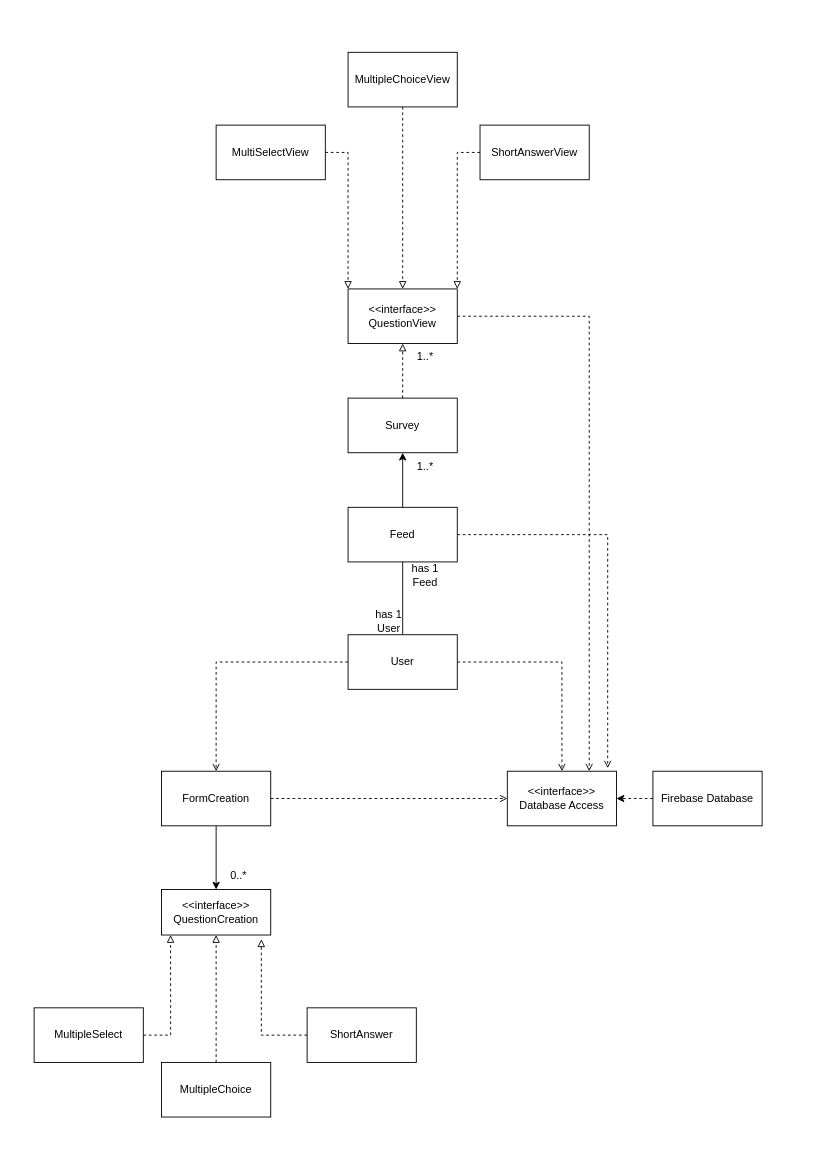
This is docs/design/class_diagram.drawio from jhu-oose-f24/Team-SuperSurveyors, a draw.io file, before an edit. Source tidied: cells renumbered, new cells numbered last; positions are measured from the earlier drawing's top-left corner, leaving out a move shared by most shapes. Both pictures are drawn from the tidied source at 91%, with x=0, y=0 at pixel (34, 52).
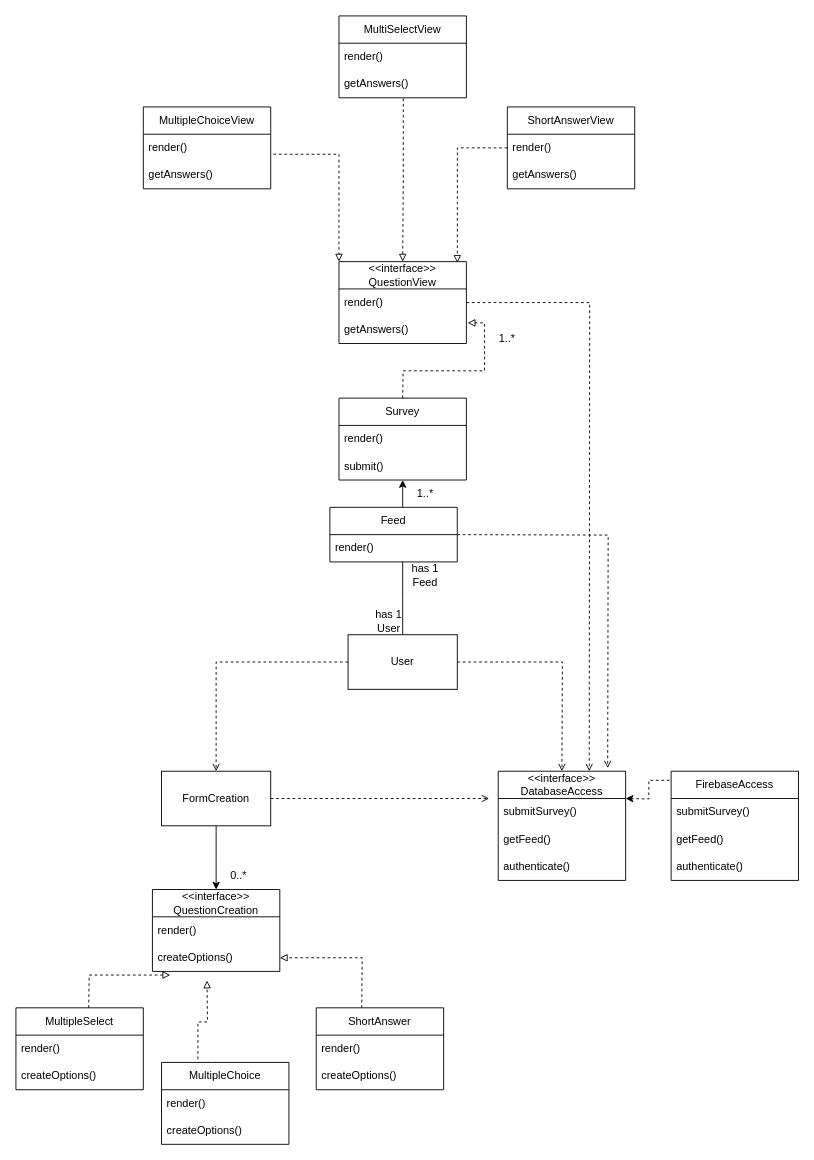
After the change.

The change refers to these unchanged cells:
```xml
<mxCell id="7" value="FormCreation" style="rounded=0;whiteSpace=wrap;html=1;" parent="1" vertex="1">
  <mxGeometry x="140" y="790" width="120" height="60" as="geometry" />
</mxCell>
<mxCell id="19" value="User" style="rounded=0;whiteSpace=wrap;html=1;" parent="1" vertex="1">
  <mxGeometry x="345" y="640" width="120" height="60" as="geometry" />
</mxCell>
```

Diff of the diagram source:
```diff
@@
-    <mxCell id="2" value="&amp;lt;&amp;lt;interface&amp;gt;&amp;gt;&lt;div&gt;Database Access&lt;/div&gt;" style="rounded=0;whiteSpace=wrap;html=1;" parent="1" vertex="1">
-      <mxGeometry x="520" y="790" width="120" height="60" as="geometry" />
-    </mxCell>
-    <mxCell id="3" style="edgeStyle=orthogonalEdgeStyle;rounded=0;jettySize=auto;html=1;entryX=1;entryY=0.5;entryDx=0;entryDy=0;dashed=1;" parent="1" edge="1" source="4" target="2">
-      <mxGeometry relative="1" as="geometry" />
+    <mxCell id="3" style="edgeStyle=orthogonalEdgeStyle;rounded=0;jettySize=auto;html=1;dashed=1;exitX=0.021;exitY=-0.022;exitDx=0;exitDy=0;exitPerimeter=0;" parent="1" edge="1" source="53">
+      <mxGeometry relative="1" as="geometry">
+        <mxPoint x="650" y="820" as="targetPoint" />
+      </mxGeometry>
     </mxCell>
-    <mxCell id="4" value="Firebase Database" style="rounded=0;whiteSpace=wrap;html=1;" parent="1" vertex="1">
-      <mxGeometry x="680" y="790" width="120" height="60" as="geometry" />
-    </mxCell>
-    <mxCell id="5" style="edgeStyle=orthogonalEdgeStyle;rounded=0;jettySize=auto;html=1;entryX=0.5;entryY=0;entryDx=0;entryDy=0;" parent="1" edge="1" source="7" target="8">
-      <mxGeometry relative="1" as="geometry" />
+    <mxCell id="5" style="edgeStyle=orthogonalEdgeStyle;rounded=0;jettySize=auto;html=1;entryX=0.5;entryY=0;entryDx=0;entryDy=0;" parent="1" edge="1" source="7">
+      <mxGeometry relative="1" as="geometry">
+        <mxPoint x="200" y="920" as="targetPoint" />
+      </mxGeometry>
     </mxCell>
-    <mxCell id="6" style="edgeStyle=orthogonalEdgeStyle;rounded=0;jettySize=auto;html=1;entryX=0;entryY=0.5;entryDx=0;entryDy=0;dashed=1;endArrow=open;endFill=0;strokeWidth=1;" parent="1" edge="1" source="7" target="2">
-      <mxGeometry relative="1" as="geometry" />
+    <mxCell id="6" style="edgeStyle=orthogonalEdgeStyle;rounded=0;jettySize=auto;html=1;dashed=1;endArrow=open;endFill=0;strokeWidth=1;" parent="1" edge="1" source="7">
+      <mxGeometry relative="1" as="geometry">
+        <mxPoint x="500" y="820" as="targetPoint" />
+      </mxGeometry>
     </mxCell>
@@
-    <mxCell id="8" value="&lt;div&gt;&amp;lt;&amp;lt;interface&amp;gt;&amp;gt;&lt;/div&gt;QuestionCreation" style="rounded=0;whiteSpace=wrap;html=1;" parent="1" vertex="1">
-      <mxGeometry x="140" y="920" width="120" height="50" as="geometry" />
-    </mxCell>
@@
-    <mxCell id="10" value="ShortAnswer" style="rounded=0;whiteSpace=wrap;html=1;" parent="1" vertex="1">
-      <mxGeometry x="300" y="1050" width="120" height="60" as="geometry" />
-    </mxCell>
-    <mxCell id="11" style="edgeStyle=orthogonalEdgeStyle;rounded=0;jettySize=auto;html=1;entryX=0.914;entryY=1.093;entryDx=0;entryDy=0;entryPerimeter=0;endArrow=block;endFill=0;dashed=1;" parent="1" edge="1" source="10" target="8">
-      <mxGeometry relative="1" as="geometry" />
+    <mxCell id="11" style="edgeStyle=orthogonalEdgeStyle;rounded=0;jettySize=auto;html=1;endArrow=block;endFill=0;dashed=1;entryX=1;entryY=0.5;entryDx=0;entryDy=0;" parent="1" edge="1" target="57">
+      <mxGeometry relative="1" as="geometry">
+        <mxPoint x="360" y="1050" as="sourcePoint" />
+      </mxGeometry>
     </mxCell>
-    <mxCell id="12" style="edgeStyle=orthogonalEdgeStyle;rounded=0;jettySize=auto;html=1;entryX=0.5;entryY=1;entryDx=0;entryDy=0;endArrow=block;endFill=0;dashed=1;" parent="1" edge="1" source="13" target="8">
-      <mxGeometry relative="1" as="geometry" />
+    <mxCell id="12" style="edgeStyle=orthogonalEdgeStyle;rounded=0;orthogonalLoop=1;jettySize=auto;html=1;endArrow=block;endFill=0;dashed=1;" parent="1" edge="1">
+      <mxGeometry relative="1" as="geometry">
+        <mxPoint x="200" y="1110" as="sourcePoint" />
+        <mxPoint x="190" y="1020" as="targetPoint" />
+      </mxGeometry>
     </mxCell>
-    <mxCell id="13" value="MultipleChoice" style="rounded=0;whiteSpace=wrap;html=1;" parent="1" vertex="1">
-      <mxGeometry x="140" y="1110" width="120" height="60" as="geometry" />
-    </mxCell>
-    <mxCell id="14" value="MultipleSelect" style="rounded=0;whiteSpace=wrap;html=1;" parent="1" vertex="1">
-      <mxGeometry y="1050" width="120" height="60" as="geometry" />
-    </mxCell>
-    <mxCell id="15" style="edgeStyle=orthogonalEdgeStyle;rounded=0;jettySize=auto;html=1;entryX=0.083;entryY=1;entryDx=0;entryDy=0;entryPerimeter=0;endArrow=block;endFill=0;dashed=1;" parent="1" edge="1" source="14" target="8">
-      <mxGeometry relative="1" as="geometry" />
+    <mxCell id="15" style="edgeStyle=orthogonalEdgeStyle;rounded=0;jettySize=auto;html=1;endArrow=block;endFill=0;dashed=1;entryX=0.14;entryY=1.133;entryDx=0;entryDy=0;entryPerimeter=0;" parent="1" edge="1" target="57">
+      <mxGeometry relative="1" as="geometry">
+        <mxPoint x="60" y="1050" as="sourcePoint" />
+      </mxGeometry>
     </mxCell>
@@
-    <mxCell id="17" style="edgeStyle=orthogonalEdgeStyle;rounded=0;jettySize=auto;html=1;exitX=1;exitY=0.5;exitDx=0;exitDy=0;entryX=0.5;entryY=0;entryDx=0;entryDy=0;endArrow=open;endFill=0;dashed=1;" parent="1" edge="1" source="19" target="2">
-      <mxGeometry relative="1" as="geometry" />
+    <mxCell id="17" style="edgeStyle=orthogonalEdgeStyle;rounded=0;jettySize=auto;html=1;exitX=1;exitY=0.5;exitDx=0;exitDy=0;entryX=0.5;entryY=0;entryDx=0;entryDy=0;endArrow=open;endFill=0;dashed=1;" parent="1" edge="1" source="19">
+      <mxGeometry relative="1" as="geometry">
+        <mxPoint x="580" y="790" as="targetPoint" />
+      </mxGeometry>
     </mxCell>
-    <mxCell id="18" style="edgeStyle=orthogonalEdgeStyle;rounded=0;jettySize=auto;html=1;exitX=0.5;exitY=0;exitDx=0;exitDy=0;entryX=0.5;entryY=1;entryDx=0;entryDy=0;endArrow=none;endFill=0;" parent="1" edge="1" source="19" target="21">
-      <mxGeometry relative="1" as="geometry" />
+    <mxCell id="18" style="edgeStyle=orthogonalEdgeStyle;rounded=0;jettySize=auto;html=1;exitX=0.5;exitY=0;exitDx=0;exitDy=0;entryX=0.5;entryY=1;entryDx=0;entryDy=0;endArrow=none;endFill=0;" parent="1" edge="1" source="19">
+      <mxGeometry relative="1" as="geometry">
+        <mxPoint x="405" y="560" as="targetPoint" />
+      </mxGeometry>
     </mxCell>
@@
-    <mxCell id="20" style="edgeStyle=orthogonalEdgeStyle;rounded=0;jettySize=auto;html=1;entryX=0.5;entryY=1;entryDx=0;entryDy=0;" parent="1" edge="1" source="21" target="26">
-      <mxGeometry relative="1" as="geometry" />
+    <mxCell id="20" style="edgeStyle=orthogonalEdgeStyle;rounded=0;orthogonalLoop=1;jettySize=auto;html=1;" parent="1" edge="1">
+      <mxGeometry relative="1" as="geometry">
+        <mxPoint x="405" y="500" as="sourcePoint" />
+        <mxPoint x="405" y="470" as="targetPoint" />
+      </mxGeometry>
     </mxCell>
-    <mxCell id="21" value="Feed" style="rounded=0;whiteSpace=wrap;html=1;" parent="1" vertex="1">
-      <mxGeometry x="345" y="500" width="120" height="60" as="geometry" />
-    </mxCell>
-    <mxCell id="22" style="edgeStyle=orthogonalEdgeStyle;rounded=0;jettySize=auto;html=1;entryX=0.919;entryY=-0.056;entryDx=0;entryDy=0;entryPerimeter=0;dashed=1;endArrow=open;endFill=0;" parent="1" edge="1" source="21" target="2">
-      <mxGeometry relative="1" as="geometry" />
+    <mxCell id="22" style="edgeStyle=orthogonalEdgeStyle;rounded=0;orthogonalLoop=1;jettySize=auto;html=1;entryX=0.919;entryY=-0.056;entryDx=0;entryDy=0;entryPerimeter=0;dashed=1;endArrow=open;endFill=0;" parent="1" edge="1">
+      <mxGeometry relative="1" as="geometry">
+        <mxPoint x="465" y="530" as="sourcePoint" />
+        <mxPoint x="630.3" y="786.6" as="targetPoint" />
+      </mxGeometry>
     </mxCell>
@@
-    <mxCell id="25" style="edgeStyle=orthogonalEdgeStyle;rounded=0;jettySize=auto;html=1;entryX=0.5;entryY=1;entryDx=0;entryDy=0;endArrow=block;endFill=0;dashed=1;" parent="1" edge="1" source="26" target="29">
-      <mxGeometry relative="1" as="geometry" />
+    <mxCell id="25" style="edgeStyle=orthogonalEdgeStyle;rounded=0;jettySize=auto;html=1;endArrow=block;endFill=0;dashed=1;entryX=1.01;entryY=0.244;entryDx=0;entryDy=0;entryPerimeter=0;" parent="1" edge="1" target="44">
+      <mxGeometry relative="1" as="geometry">
+        <mxPoint x="405" y="380" as="sourcePoint" />
+      </mxGeometry>
     </mxCell>
-    <mxCell id="26" value="Survey" style="rounded=0;whiteSpace=wrap;html=1;" parent="1" vertex="1">
-      <mxGeometry x="345" y="380" width="120" height="60" as="geometry" />
-    </mxCell>
     <mxCell id="27" value="1..*" style="text;html=1;align=center;verticalAlign=middle;whiteSpace=wrap;rounded=0;" parent="1" vertex="1">
-      <mxGeometry x="410" y="440" width="40" height="30" as="geometry" />
+      <mxGeometry x="410" y="470" width="40" height="30" as="geometry" />
     </mxCell>
-    <mxCell id="28" style="edgeStyle=orthogonalEdgeStyle;rounded=0;jettySize=auto;html=1;entryX=0.75;entryY=0;entryDx=0;entryDy=0;dashed=1;endArrow=open;endFill=0;" parent="1" edge="1" source="29" target="2">
-      <mxGeometry relative="1" as="geometry" />
+    <mxCell id="28" style="edgeStyle=orthogonalEdgeStyle;rounded=0;jettySize=auto;html=1;entryX=0.75;entryY=0;entryDx=0;entryDy=0;dashed=1;endArrow=open;endFill=0;exitX=1;exitY=0.5;exitDx=0;exitDy=0;" parent="1" edge="1" source="43">
+      <mxGeometry relative="1" as="geometry">
+        <mxPoint x="610" y="790" as="targetPoint" />
+      </mxGeometry>
     </mxCell>
+    <mxCell id="30" style="edgeStyle=orthogonalEdgeStyle;rounded=0;jettySize=auto;html=1;entryX=0;entryY=0;entryDx=0;entryDy=0;dashed=1;endArrow=block;endFill=0;exitX=1.021;exitY=0.733;exitDx=0;exitDy=0;exitPerimeter=0;" parent="1" edge="1" source="37" target="29">
+      <mxGeometry relative="1" as="geometry" />
+    </mxCell>
+    <mxCell id="32" style="edgeStyle=orthogonalEdgeStyle;rounded=0;jettySize=auto;html=1;entryX=0.5;entryY=0;entryDx=0;entryDy=0;dashed=1;endArrow=block;endFill=0;exitX=0.505;exitY=1.022;exitDx=0;exitDy=0;exitPerimeter=0;" parent="1" edge="1" source="40" target="29">
+      <mxGeometry relative="1" as="geometry" />
+    </mxCell>
+    <mxCell id="34" style="edgeStyle=orthogonalEdgeStyle;rounded=0;jettySize=auto;html=1;dashed=1;endArrow=block;endFill=0;exitX=0;exitY=0.5;exitDx=0;exitDy=0;entryX=0.929;entryY=0.015;entryDx=0;entryDy=0;entryPerimeter=0;" parent="1" edge="1" source="41" target="29">
+      <mxGeometry relative="1" as="geometry" />
+    </mxCell>
+    <mxCell id="36" value="1..*" style="text;html=1;align=center;verticalAlign=middle;whiteSpace=wrap;rounded=0;" parent="1" vertex="1">
+      <mxGeometry x="500" y="300" width="40" height="30" as="geometry" />
+    </mxCell>
+    <mxCell id="33" value="MultipleChoiceView" style="swimlane;fontStyle=0;horizontal=1;startSize=30;whiteSpace=wrap;html=1;" parent="1" vertex="1">
+      <mxGeometry x="120" y="60" width="140" height="90" as="geometry" />
+    </mxCell>
+    <mxCell id="37" value="render()" style="text;strokeColor=none;fillColor=none;align=left;verticalAlign=middle;spacingLeft=4;spacingRight=4;overflow=hidden;points=[[0,0.5],[1,0.5]];portConstraint=eastwest;whiteSpace=wrap;html=1;" parent="33" vertex="1">
+      <mxGeometry y="30" width="140" height="30" as="geometry" />
+    </mxCell>
+    <mxCell id="38" value="getAnswers()" style="text;strokeColor=none;fillColor=none;align=left;verticalAlign=middle;spacingLeft=4;spacingRight=4;overflow=hidden;whiteSpace=wrap;html=1;" parent="33" vertex="1">
+      <mxGeometry y="60" width="140" height="30" as="geometry" />
+    </mxCell>
+    <mxCell id="31" value="MultiSelectView" style="swimlane;fontStyle=0;horizontal=1;startSize=30;whiteSpace=wrap;html=1;" parent="1" vertex="1">
+      <mxGeometry x="335" y="-40" width="140" height="90" as="geometry" />
+    </mxCell>
+    <mxCell id="39" value="render()" style="text;strokeColor=none;fillColor=none;align=left;verticalAlign=middle;spacingLeft=4;spacingRight=4;overflow=hidden;whiteSpace=wrap;html=1;" parent="31" vertex="1">
+      <mxGeometry y="30" width="140" height="30" as="geometry" />
+    </mxCell>
+    <mxCell id="40" value="getAnswers()" style="text;strokeColor=none;fillColor=none;align=left;verticalAlign=middle;spacingLeft=4;spacingRight=4;overflow=hidden;points=[[0,0.5],[1,0.5]];portConstraint=eastwest;whiteSpace=wrap;html=1;" parent="31" vertex="1">
+      <mxGeometry y="60" width="140" height="30" as="geometry" />
+    </mxCell>
+    <mxCell id="35" value="ShortAnswerView" style="swimlane;fontStyle=0;horizontal=1;startSize=30;whiteSpace=wrap;html=1;" parent="1" vertex="1">
+      <mxGeometry x="520" y="60" width="140" height="90" as="geometry" />
+    </mxCell>
+    <mxCell id="41" value="render()" style="text;strokeColor=none;fillColor=none;align=left;verticalAlign=middle;spacingLeft=4;spacingRight=4;overflow=hidden;points=[[0,0.5],[1,0.5]];portConstraint=eastwest;whiteSpace=wrap;html=1;" parent="35" vertex="1">
+      <mxGeometry y="30" width="140" height="30" as="geometry" />
+    </mxCell>
+    <mxCell id="42" value="getAnswers()" style="text;strokeColor=none;fillColor=none;align=left;verticalAlign=middle;spacingLeft=4;spacingRight=4;overflow=hidden;whiteSpace=wrap;html=1;" parent="35" vertex="1">
+      <mxGeometry y="60" width="140" height="30" as="geometry" />
+    </mxCell>
-    <mxCell id="29" value="&amp;lt;&amp;lt;interface&amp;gt;&amp;gt;&lt;div&gt;QuestionView&lt;/div&gt;" style="rounded=0;whiteSpace=wrap;html=1;" parent="1" vertex="1">
-      <mxGeometry x="345" y="260" width="120" height="60" as="geometry" />
+    <mxCell id="29" value="&amp;lt;&amp;lt;interface&amp;gt;&amp;gt;&lt;div&gt;QuestionView&lt;/div&gt;" style="swimlane;fontStyle=0;horizontal=1;startSize=30;whiteSpace=wrap;html=1;" parent="1" vertex="1">
+      <mxGeometry x="335" y="230" width="140" height="90" as="geometry" />
     </mxCell>
-    <mxCell id="30" style="edgeStyle=orthogonalEdgeStyle;rounded=0;jettySize=auto;html=1;entryX=0;entryY=0;entryDx=0;entryDy=0;dashed=1;endArrow=block;endFill=0;" parent="1" edge="1" source="31" target="29">
-      <mxGeometry relative="1" as="geometry" />
-    </mxCell>
-    <mxCell id="31" value="MultiSelectView" style="rounded=0;whiteSpace=wrap;html=1;" parent="1" vertex="1">
-      <mxGeometry x="200" y="80" width="120" height="60" as="geometry" />
-    </mxCell>
-    <mxCell id="32" style="edgeStyle=orthogonalEdgeStyle;rounded=0;jettySize=auto;html=1;entryX=0.5;entryY=0;entryDx=0;entryDy=0;dashed=1;endArrow=block;endFill=0;" parent="1" edge="1" source="33" target="29">
-      <mxGeometry relative="1" as="geometry" />
-    </mxCell>
-    <mxCell id="33" value="MultipleChoiceView" style="rounded=0;whiteSpace=wrap;html=1;" parent="1" vertex="1">
-      <mxGeometry x="345" width="120" height="60" as="geometry" />
-    </mxCell>
-    <mxCell id="34" style="edgeStyle=orthogonalEdgeStyle;rounded=0;jettySize=auto;html=1;entryX=1;entryY=0;entryDx=0;entryDy=0;dashed=1;endArrow=block;endFill=0;" parent="1" edge="1" source="35" target="29">
-      <mxGeometry relative="1" as="geometry" />
-    </mxCell>
-    <mxCell id="35" value="ShortAnswerView" style="rounded=0;whiteSpace=wrap;html=1;" parent="1" vertex="1">
-      <mxGeometry x="490" y="80" width="120" height="60" as="geometry" />
-    </mxCell>
-    <mxCell id="36" value="1..*" style="text;html=1;align=center;verticalAlign=middle;whiteSpace=wrap;rounded=0;" parent="1" vertex="1">
-      <mxGeometry x="410" y="320" width="40" height="30" as="geometry" />
-    </mxCell>
+    <mxCell id="43" value="render()" style="text;strokeColor=none;fillColor=none;align=left;verticalAlign=middle;spacingLeft=4;spacingRight=4;overflow=hidden;points=[[0,0.5],[1,0.5]];portConstraint=eastwest;whiteSpace=wrap;html=1;" parent="29" vertex="1">
+      <mxGeometry y="30" width="140" height="30" as="geometry" />
+    </mxCell>
+    <mxCell id="44" value="getAnswers()" style="text;strokeColor=none;fillColor=none;align=left;verticalAlign=middle;spacingLeft=4;spacingRight=4;overflow=hidden;points=[[0,0.5],[1,0.5]];portConstraint=eastwest;whiteSpace=wrap;html=1;" parent="29" vertex="1">
+      <mxGeometry y="60" width="140" height="30" as="geometry" />
+    </mxCell>
+    <mxCell id="26" value="Survey" style="swimlane;fontStyle=0;horizontal=1;startSize=30;whiteSpace=wrap;html=1;" parent="1" vertex="1">
+      <mxGeometry x="335" y="380" width="140" height="90" as="geometry" />
+    </mxCell>
+    <mxCell id="45" value="render()" style="text;strokeColor=none;fillColor=none;align=left;verticalAlign=middle;spacingLeft=4;spacingRight=4;overflow=hidden;whiteSpace=wrap;html=1;" parent="26" vertex="1">
+      <mxGeometry y="30" width="140" height="30" as="geometry" />
+    </mxCell>
+    <mxCell id="46" value="submit()" style="text;strokeColor=none;fillColor=none;align=left;verticalAlign=middle;spacingLeft=4;spacingRight=4;overflow=hidden;whiteSpace=wrap;html=1;" parent="26" vertex="1">
+      <mxGeometry y="60" width="140" height="30" as="geometry" />
+    </mxCell>
+    <mxCell id="21" value="Feed" style="swimlane;fontStyle=0;horizontal=1;startSize=30;whiteSpace=wrap;html=1;" parent="1" vertex="1">
+      <mxGeometry x="325" y="500" width="140" height="60" as="geometry" />
+    </mxCell>
+    <mxCell id="47" value="render()" style="text;strokeColor=none;fillColor=none;align=left;verticalAlign=middle;spacingLeft=4;spacingRight=4;overflow=hidden;whiteSpace=wrap;html=1;" parent="21" vertex="1">
+      <mxGeometry y="30" width="140" height="30" as="geometry" />
+    </mxCell>
+    <mxCell id="48" value="&amp;lt;&amp;lt;interface&amp;gt;&amp;gt;&lt;div&gt;DatabaseAccess&lt;/div&gt;" style="swimlane;fontStyle=0;horizontal=1;startSize=30;whiteSpace=wrap;html=1;" parent="1" vertex="1">
+      <mxGeometry x="510" y="790" width="140" height="120" as="geometry" />
+    </mxCell>
+    <mxCell id="49" value="submitSurvey()" style="text;strokeColor=none;fillColor=none;align=left;verticalAlign=middle;spacingLeft=4;spacingRight=4;overflow=hidden;whiteSpace=wrap;html=1;" parent="48" vertex="1">
+      <mxGeometry y="30" width="140" height="30" as="geometry" />
+    </mxCell>
+    <mxCell id="50" value="getFeed()" style="text;strokeColor=none;fillColor=none;align=left;verticalAlign=middle;spacingLeft=4;spacingRight=4;overflow=hidden;whiteSpace=wrap;html=1;" parent="48" vertex="1">
+      <mxGeometry y="60" width="140" height="30" as="geometry" />
+    </mxCell>
+    <mxCell id="51" value="authenticate()" style="text;strokeColor=none;fillColor=none;align=left;verticalAlign=middle;spacingLeft=4;spacingRight=4;overflow=hidden;whiteSpace=wrap;html=1;" parent="48" vertex="1">
+      <mxGeometry y="90" width="140" height="30" as="geometry" />
+    </mxCell>
+    <mxCell id="52" value="FirebaseAccess" style="swimlane;fontStyle=0;horizontal=1;startSize=30;whiteSpace=wrap;html=1;" parent="1" vertex="1">
+      <mxGeometry x="700" y="790" width="140" height="120" as="geometry" />
+    </mxCell>
+    <mxCell id="53" value="submitSurvey()" style="text;strokeColor=none;fillColor=none;align=left;verticalAlign=middle;spacingLeft=4;spacingRight=4;overflow=hidden;points=[[0,0.5],[1,0.5]];portConstraint=eastwest;whiteSpace=wrap;html=1;" parent="52" vertex="1">
+      <mxGeometry y="30" width="140" height="30" as="geometry" />
+    </mxCell>
+    <mxCell id="54" value="getFeed()" style="text;strokeColor=none;fillColor=none;align=left;verticalAlign=middle;spacingLeft=4;spacingRight=4;overflow=hidden;whiteSpace=wrap;html=1;" parent="52" vertex="1">
+      <mxGeometry y="60" width="140" height="30" as="geometry" />
+    </mxCell>
+    <mxCell id="55" value="authenticate()" style="text;strokeColor=none;fillColor=none;align=left;verticalAlign=middle;spacingLeft=4;spacingRight=4;overflow=hidden;whiteSpace=wrap;html=1;" parent="52" vertex="1">
+      <mxGeometry y="90" width="140" height="30" as="geometry" />
+    </mxCell>
+    <mxCell id="8" value="&amp;lt;&amp;lt;interface&amp;gt;&amp;gt;&lt;div&gt;QuestionCreation&lt;/div&gt;" style="swimlane;fontStyle=0;horizontal=1;startSize=30;whiteSpace=wrap;html=1;" parent="1" vertex="1">
+      <mxGeometry x="130" y="920" width="140" height="90" as="geometry" />
+    </mxCell>
+    <mxCell id="56" value="render()" style="text;strokeColor=none;fillColor=none;align=left;verticalAlign=middle;spacingLeft=4;spacingRight=4;overflow=hidden;whiteSpace=wrap;html=1;" parent="8" vertex="1">
+      <mxGeometry y="30" width="140" height="30" as="geometry" />
+    </mxCell>
+    <mxCell id="57" value="createOptions()" style="text;strokeColor=none;fillColor=none;align=left;verticalAlign=middle;spacingLeft=4;spacingRight=4;overflow=hidden;points=[[0,0.5],[1,0.5]];portConstraint=eastwest;whiteSpace=wrap;html=1;" parent="8" vertex="1">
+      <mxGeometry y="60" width="140" height="30" as="geometry" />
+    </mxCell>
+    <mxCell id="10" value="ShortAnswer" style="swimlane;fontStyle=0;horizontal=1;startSize=30;whiteSpace=wrap;html=1;" parent="1" vertex="1">
+      <mxGeometry x="310" y="1050" width="140" height="90" as="geometry" />
+    </mxCell>
+    <mxCell id="58" value="render()" style="text;strokeColor=none;fillColor=none;align=left;verticalAlign=middle;spacingLeft=4;spacingRight=4;overflow=hidden;whiteSpace=wrap;html=1;" parent="10" vertex="1">
+      <mxGeometry y="30" width="140" height="30" as="geometry" />
+    </mxCell>
+    <mxCell id="59" value="createOptions()" style="text;strokeColor=none;fillColor=none;align=left;verticalAlign=middle;spacingLeft=4;spacingRight=4;overflow=hidden;whiteSpace=wrap;html=1;" parent="10" vertex="1">
+      <mxGeometry y="60" width="140" height="30" as="geometry" />
+    </mxCell>
+    <mxCell id="13" value="MultipleChoice" style="swimlane;fontStyle=0;horizontal=1;startSize=30;whiteSpace=wrap;html=1;" parent="1" vertex="1">
+      <mxGeometry x="140" y="1110" width="140" height="90" as="geometry" />
+    </mxCell>
+    <mxCell id="60" value="render()" style="text;strokeColor=none;fillColor=none;align=left;verticalAlign=middle;spacingLeft=4;spacingRight=4;overflow=hidden;whiteSpace=wrap;html=1;" parent="13" vertex="1">
+      <mxGeometry y="30" width="140" height="30" as="geometry" />
+    </mxCell>
+    <mxCell id="61" value="createOptions()" style="text;strokeColor=none;fillColor=none;align=left;verticalAlign=middle;spacingLeft=4;spacingRight=4;overflow=hidden;whiteSpace=wrap;html=1;" parent="13" vertex="1">
+      <mxGeometry y="60" width="140" height="30" as="geometry" />
+    </mxCell>
+    <mxCell id="14" value="MultipleSelect" style="swimlane;fontStyle=0;horizontal=1;startSize=30;whiteSpace=wrap;html=1;" parent="1" vertex="1">
+      <mxGeometry x="-20" y="1050" width="140" height="90" as="geometry" />
+    </mxCell>
+    <mxCell id="62" value="render()" style="text;strokeColor=none;fillColor=none;align=left;verticalAlign=middle;spacingLeft=4;spacingRight=4;overflow=hidden;whiteSpace=wrap;html=1;" parent="14" vertex="1">
+      <mxGeometry y="30" width="140" height="30" as="geometry" />
+    </mxCell>
+    <mxCell id="63" value="createOptions()" style="text;strokeColor=none;fillColor=none;align=left;verticalAlign=middle;spacingLeft=4;spacingRight=4;overflow=hidden;whiteSpace=wrap;html=1;" parent="14" vertex="1">
+      <mxGeometry y="60" width="140" height="30" as="geometry" />
+    </mxCell>
```
